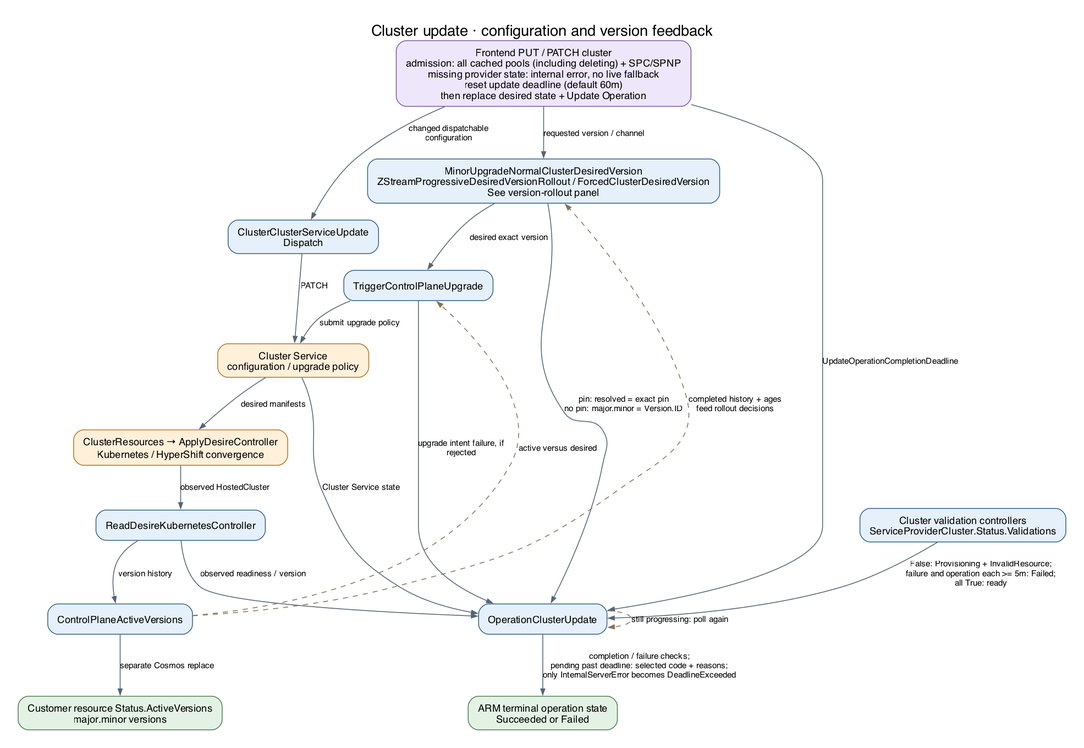
Above: docs/generated/diagrams/controller-flows/cluster-update.png in Azure/ARO-HCP (Graphviz), before the change. Its source is kept beside it as docs/generated/diagrams/controller-flows/cluster-update.dot.
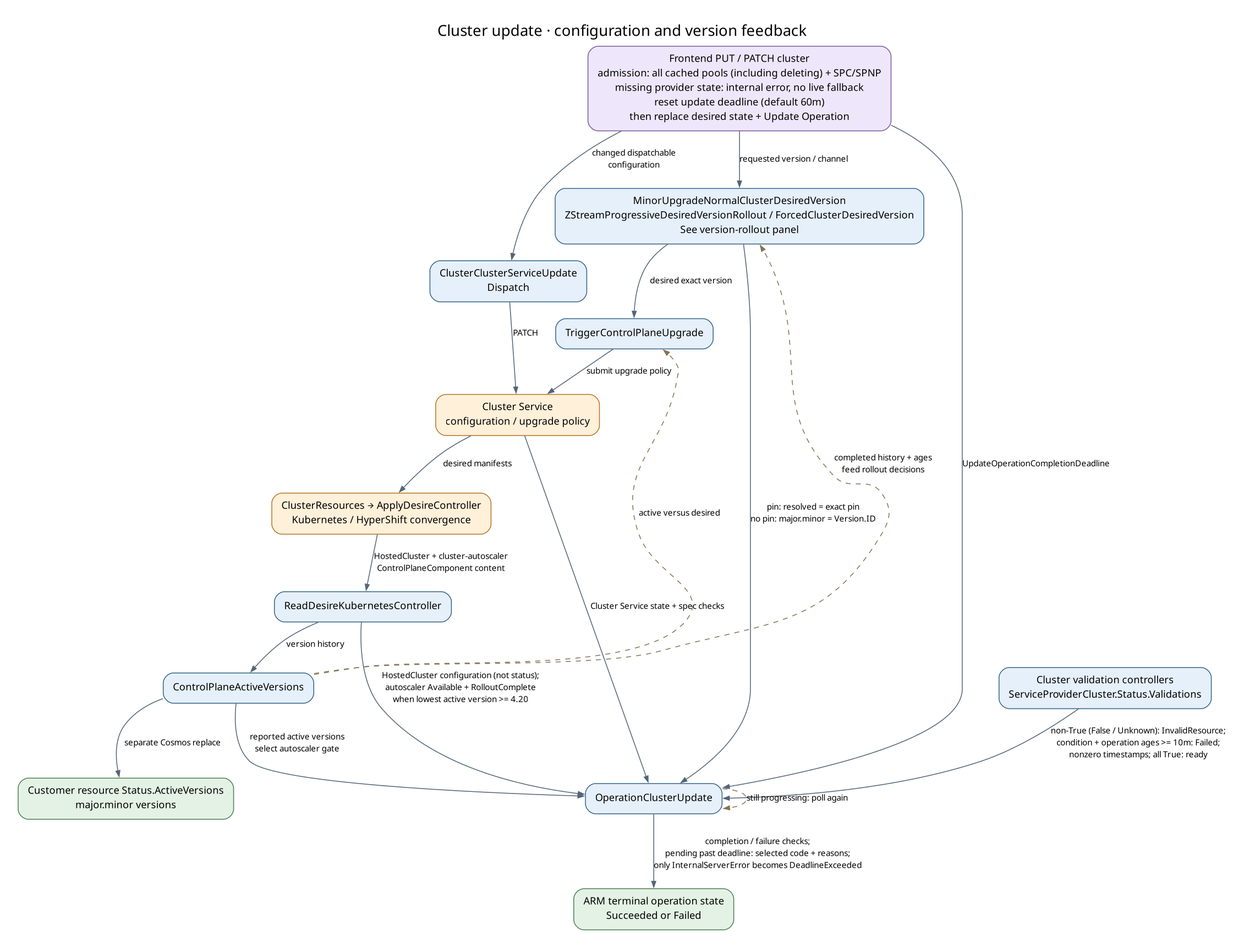
Above is the later version.

The edit, as a diff of the source:
```diff
@@ -20,13 +20,13 @@
   dispatch -> cs [label="PATCH"];
   upgrade -> cs [label="submit upgrade policy"];
   cs -> kube [label="desired manifests"];
-  kube -> mirror [label="observed HostedCluster"];
+  kube -> mirror [label="HostedCluster + cluster-autoscaler\nControlPlaneComponent content"];
   mirror -> active [label="version history"];
   put -> op [label="UpdateOperationCompletionDeadline"];
-  cs -> op [label="Cluster Service state"];
-  mirror -> op [label="observed readiness / version"];
-  upgrade -> op [label="upgrade intent failure, if\nrejected"];
-  validation -> op [label="False: Provisioning + InvalidResource;\nfailure and operation each >= 5m: Failed;\nall True: ready"];
+  cs -> op [label="Cluster Service state + spec checks"];
+  mirror -> op [label="HostedCluster configuration (not status);\nautoscaler Available + RolloutComplete\nwhen lowest active version >= 4.20"];
+  active -> op [label="reported active versions\nselect autoscaler gate"];
+  validation -> op [label="non-True (False / Unknown): InvalidResource;\ncondition + operation ages >= 10m: Failed;\nnonzero timestamps; all True: ready"];
   op -> done [label="completion / failure checks;\npending past deadline: selected code + reasons;\nonly InternalServerError becomes DeadlineExceeded"];
   observed [label="Customer resource Status.ActiveVersions\nmajor.minor versions", fillcolor="#e4f2e5", color="#4c8053"];
   active -> observed [label="separate Cosmos replace"];
```
